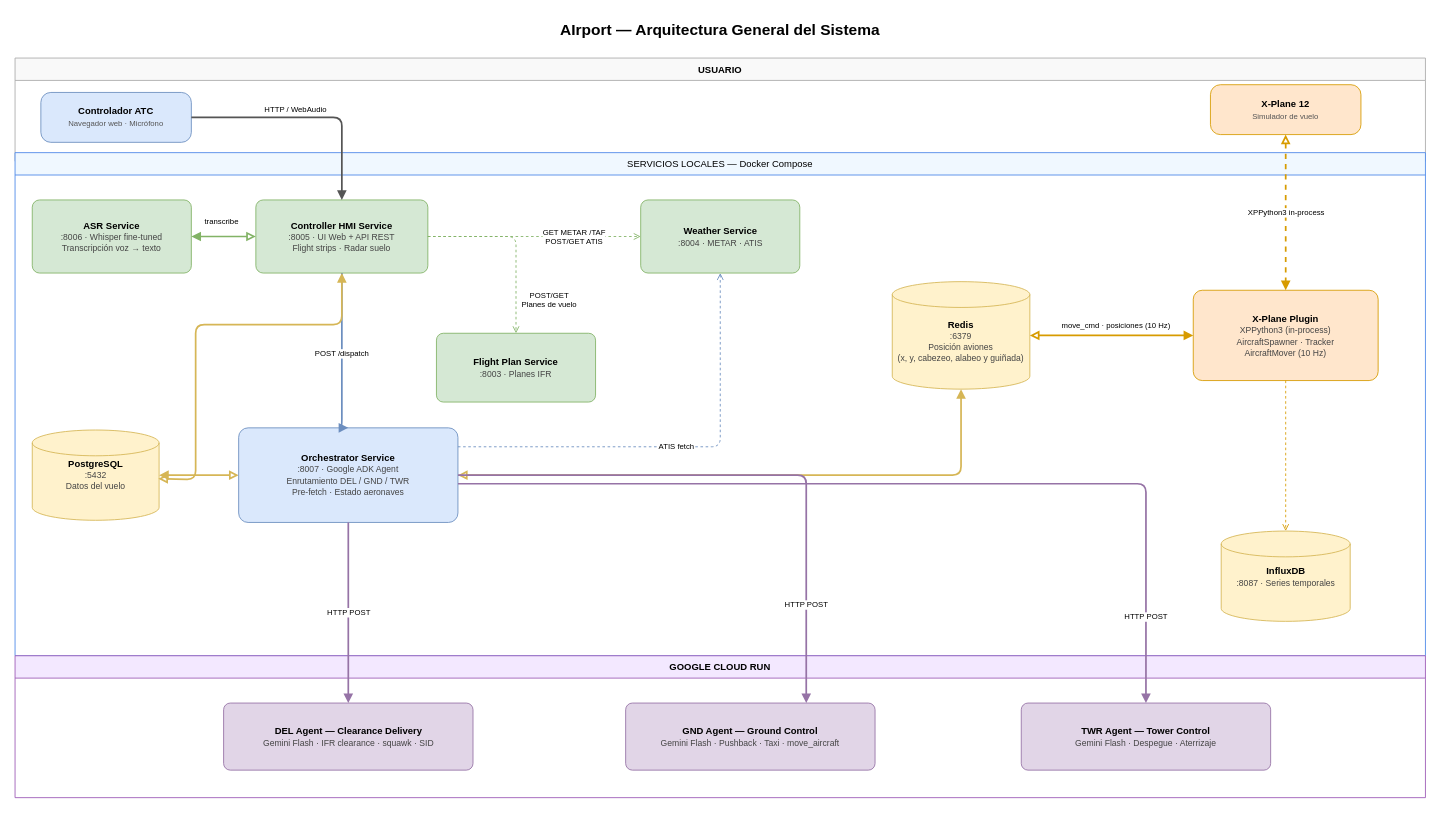
The draw.io diagram docs/diagrams/diagram_01_arquitectura_general.drawio in Santisoutoo/AIrport, before the edit. Source tidied: cells renumbered, new cells numbered last; positions are measured from the earlier drawing's top-left corner, leaving out a move shared by most shapes. Both pictures are drawn from the tidied source at 86%, with x=0, y=0 at pixel (15, 15).
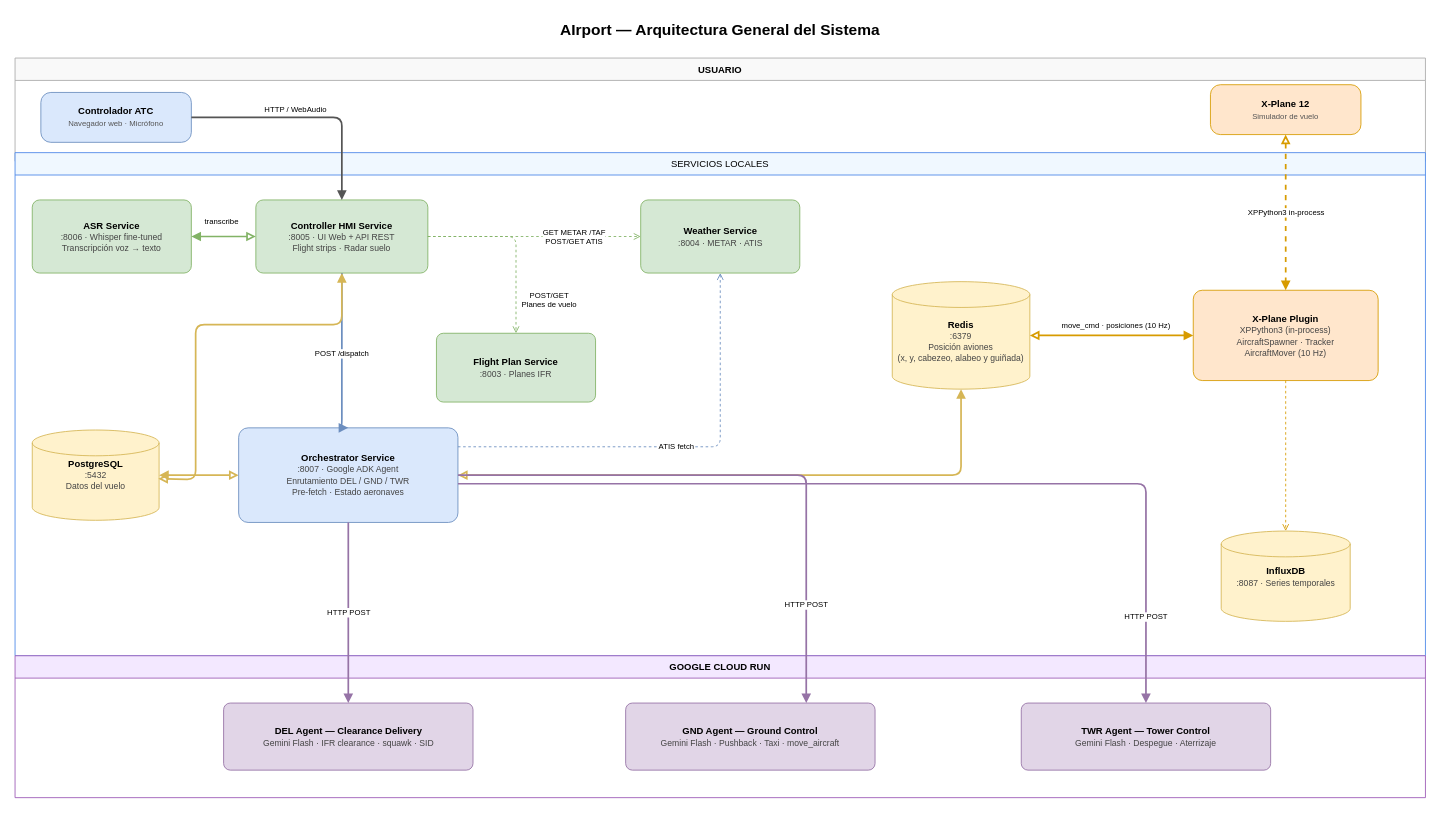
After the change.

Change to the diagram source:
```diff
@@
-    <mxCell id="6" value="SERVICIOS LOCALES — Docker Compose" style="swimlane;startSize=26;fillColor=#f0f8ff;strokeColor=#4a86e8;fontStyle=0;fontSize=11;" parent="1" vertex="1">
+    <mxCell id="6" value="SERVICIOS LOCALES" style="swimlane;startSize=26;fillColor=#f0f8ff;strokeColor=#4a86e8;fontStyle=0;fontSize=11;" parent="1" vertex="1">
       <mxGeometry y="160" width="1640" height="585" as="geometry" />
     </mxCell>
```
